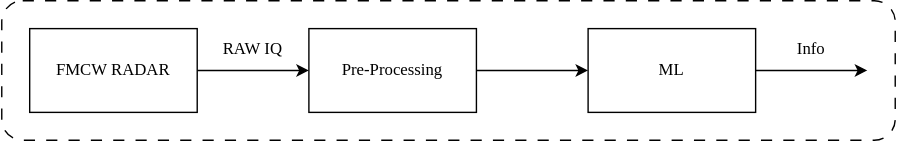
Before: figures/systemDesign/overview/projectProposalSystemOverview.svg, a diagram exported from draw.io (Mikkelnn/ESD7-Project). Source tidied: cells renumbered, new cells last; positions are measured from the earlier drawing's top-left corner, leaving out a move shared by most shapes.
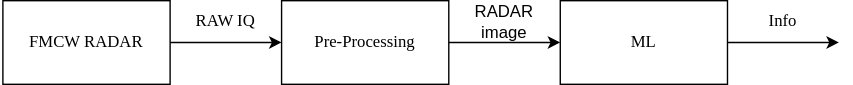
The same file after the commit.

Change to the diagram source:
```diff
@@ -29,8 +29,8 @@
     <mxCell id="9" value="Info" style="text;html=1;whiteSpace=wrap;strokeColor=none;fillColor=none;align=center;verticalAlign=middle;rounded=0;fontFamily=Project Font;" parent="1" vertex="1">
       <mxGeometry x="550" y="20" width="60" height="30" as="geometry" />
     </mxCell>
-    <mxCell id="10" style="rounded=1;whiteSpace=wrap;html=1;fillColor=none;dashed=1;dashPattern=8 8;fontFamily=Project Font;" parent="1" vertex="1">
-      <mxGeometry width="640" height="100" as="geometry" />
-    </mxCell>
+    <mxCell id="11" value="RADAR image" style="text;html=1;whiteSpace=wrap;strokeColor=none;fillColor=none;align=center;verticalAlign=middle;rounded=0;" parent="1" vertex="1">
+      <mxGeometry x="350" y="20" width="60" height="30" as="geometry" />
+    </mxCell>
   </root>
 </mxGraphModel>
```
